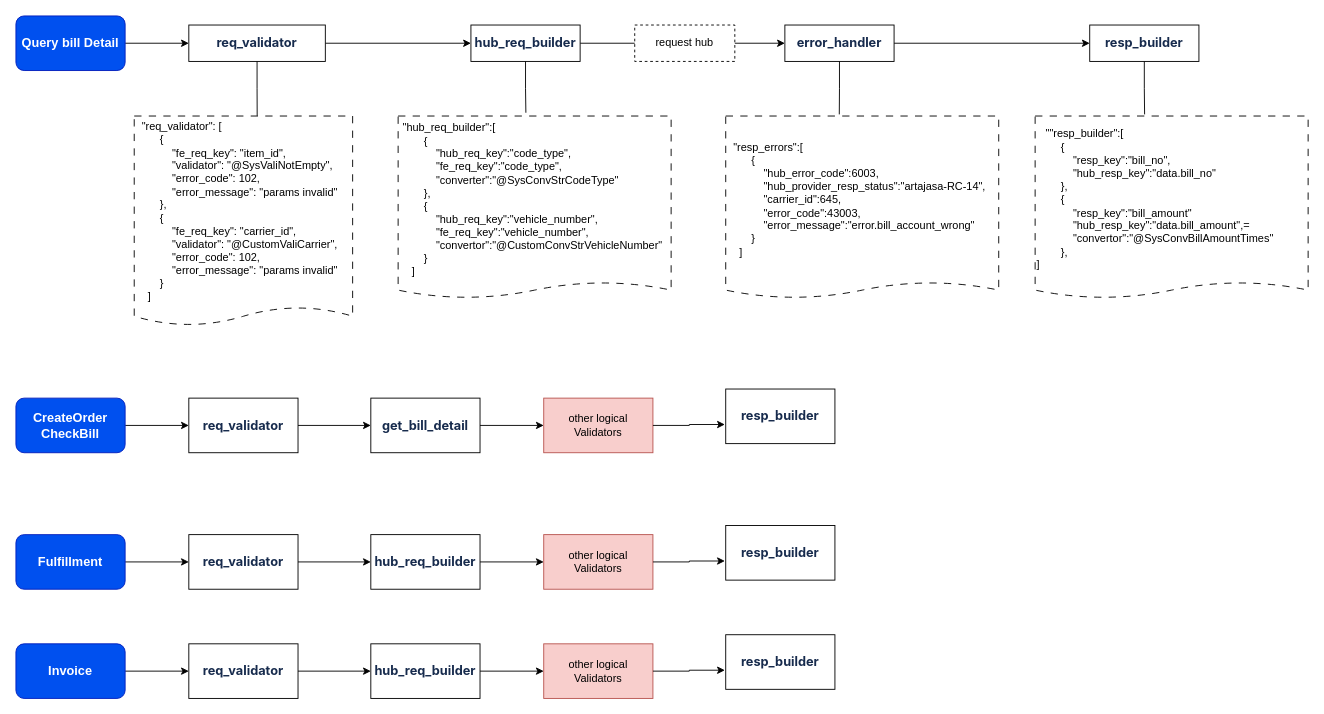
The draw.io diagram page "bill_flow_low_code" (10 of 10) of source/diagrams/e-commerce.drawio in wxquare/wxquare.github.io, before the edit. Source tidied: cells renumbered, new cells numbered last; positions are measured from the earlier drawing's top-left corner, leaving out a move shared by most shapes. Both pictures are drawn from the tidied source at 91%, with x=0, y=0 at pixel (15, 15).
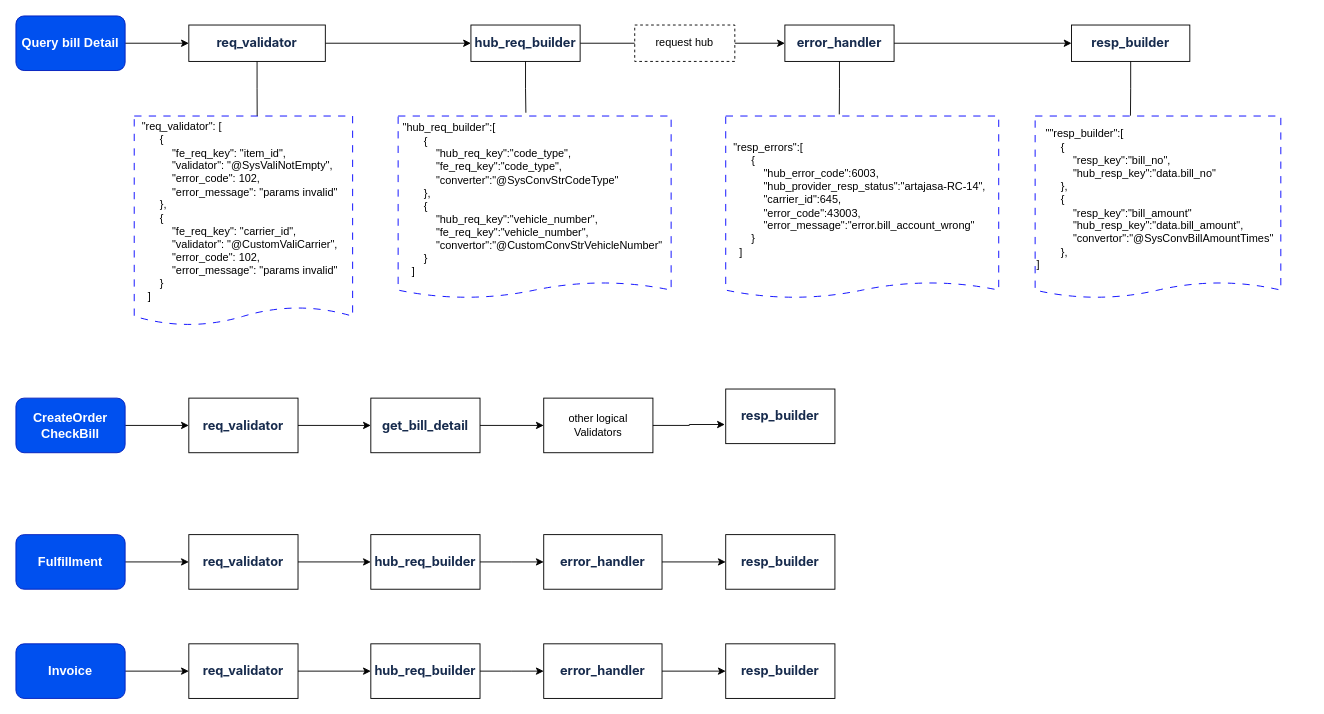
After the change.

Unchanged cells that the change refers to:
```xml
<mxCell id="34" value="&lt;div style=&quot;text-align: left;&quot;&gt;&lt;strong style=&quot;color: rgb(23, 43, 77); font-family: -apple-system, &amp;quot;system-ui&amp;quot;, &amp;quot;Segoe UI&amp;quot;, Roboto, Oxygen, Ubuntu, &amp;quot;Fira Sans&amp;quot;, &amp;quot;Droid Sans&amp;quot;, &amp;quot;Helvetica Neue&amp;quot;, sans-serif; font-size: 14px; background-color: rgb(255, 255, 255);&quot;&gt;hub_req_builder&lt;/strong&gt;&lt;/div&gt;" style="rounded=0;whiteSpace=wrap;html=1;" parent="1" vertex="1">
  <mxGeometry x="390" y="570" width="120" height="60" as="geometry" />
</mxCell>
<mxCell id="43" value="&lt;div style=&quot;text-align: left;&quot;&gt;&lt;strong style=&quot;color: rgb(23, 43, 77); font-family: -apple-system, &amp;quot;system-ui&amp;quot;, &amp;quot;Segoe UI&amp;quot;, Roboto, Oxygen, Ubuntu, &amp;quot;Fira Sans&amp;quot;, &amp;quot;Droid Sans&amp;quot;, &amp;quot;Helvetica Neue&amp;quot;, sans-serif; font-size: 14px; background-color: rgb(255, 255, 255);&quot;&gt;hub_req_builder&lt;/strong&gt;&lt;/div&gt;" style="rounded=0;whiteSpace=wrap;html=1;" parent="1" vertex="1">
  <mxGeometry x="390" y="690" width="120" height="60" as="geometry" />
</mxCell>
```

Diff of the diagram source:
```diff
@@
     <mxCell id="8" value="&lt;div style=&quot;text-align: left;&quot;&gt;&lt;font face=&quot;-apple-system, system-ui, Segoe UI, Roboto, Oxygen, Ubuntu, Fira Sans, Droid Sans, Helvetica Neue, sans-serif&quot; color=&quot;#172b4d&quot;&gt;&lt;span style=&quot;font-size: 14px; background-color: rgb(255, 255, 255);&quot;&gt;&lt;b&gt;resp_builder&lt;/b&gt;&lt;/span&gt;&lt;/font&gt;&lt;/div&gt;" style="rounded=0;whiteSpace=wrap;html=1;" parent="1" vertex="1">
-      <mxGeometry x="1180" y="10" width="120" height="40" as="geometry" />
+      <mxGeometry x="1160" y="10" width="130" height="40" as="geometry" />
     </mxCell>
@@
-    <mxCell id="11" value="other logical&lt;div&gt;Validators&lt;/div&gt;" style="rounded=0;whiteSpace=wrap;html=1;fillColor=#f8cecc;strokeColor=#b85450;" parent="1" vertex="1">
+    <mxCell id="11" value="other logical&lt;div&gt;Validators&lt;/div&gt;" style="rounded=0;whiteSpace=wrap;html=1;" parent="1" vertex="1">
       <mxGeometry x="580" y="420" width="120" height="60" as="geometry" />
     </mxCell>
@@
-    <mxCell id="18" value="&lt;div&gt;&amp;nbsp; &quot;req_validator&quot;: [&lt;/div&gt;&lt;div&gt;&amp;nbsp; &amp;nbsp; &amp;nbsp; &amp;nbsp; {&lt;/div&gt;&lt;div&gt;&amp;nbsp; &amp;nbsp; &amp;nbsp; &amp;nbsp; &amp;nbsp; &amp;nbsp; &quot;fe_req_key&quot;: &quot;item_id&quot;,&lt;/div&gt;&lt;div&gt;&amp;nbsp; &amp;nbsp; &amp;nbsp; &amp;nbsp; &amp;nbsp; &amp;nbsp; &quot;validator&quot;: &quot;@SysValiNotEmpty&quot;,&lt;/div&gt;&lt;div&gt;&amp;nbsp; &amp;nbsp; &amp;nbsp; &amp;nbsp; &amp;nbsp; &amp;nbsp; &quot;error_code&quot;: 102,&lt;/div&gt;&lt;div&gt;&amp;nbsp; &amp;nbsp; &amp;nbsp; &amp;nbsp; &amp;nbsp; &amp;nbsp; &quot;error_message&quot;: &quot;params invalid&quot;&lt;/div&gt;&lt;div&gt;&amp;nbsp; &amp;nbsp; &amp;nbsp; &amp;nbsp; },&lt;/div&gt;&lt;div&gt;&amp;nbsp; &amp;nbsp; &amp;nbsp; &amp;nbsp; {&lt;/div&gt;&lt;div&gt;&amp;nbsp; &amp;nbsp; &amp;nbsp; &amp;nbsp; &amp;nbsp; &amp;nbsp; &quot;fe_req_key&quot;: &quot;carrier_id&quot;,&lt;/div&gt;&lt;div&gt;&amp;nbsp; &amp;nbsp; &amp;nbsp; &amp;nbsp; &amp;nbsp; &amp;nbsp; &quot;validator&quot;: &quot;@CustomValiCarrier&quot;,&lt;/div&gt;&lt;div&gt;&amp;nbsp; &amp;nbsp; &amp;nbsp; &amp;nbsp; &amp;nbsp; &amp;nbsp; &quot;error_code&quot;: 102,&lt;/div&gt;&lt;div&gt;&amp;nbsp; &amp;nbsp; &amp;nbsp; &amp;nbsp; &amp;nbsp; &amp;nbsp; &quot;error_message&quot;: &quot;params invalid&quot;&lt;/div&gt;&lt;div&gt;&amp;nbsp; &amp;nbsp; &amp;nbsp; &amp;nbsp; }&lt;/div&gt;&lt;div&gt;&amp;nbsp; &amp;nbsp; ]&lt;/div&gt;" style="shape=document;whiteSpace=wrap;html=1;boundedLbl=1;dashed=1;dashPattern=8 8;align=left;size=0.08695652173913043;" parent="1" vertex="1">
+    <mxCell id="18" value="&lt;div&gt;&amp;nbsp; &quot;req_validator&quot;: [&lt;/div&gt;&lt;div&gt;&amp;nbsp; &amp;nbsp; &amp;nbsp; &amp;nbsp; {&lt;/div&gt;&lt;div&gt;&amp;nbsp; &amp;nbsp; &amp;nbsp; &amp;nbsp; &amp;nbsp; &amp;nbsp; &quot;fe_req_key&quot;: &quot;item_id&quot;,&lt;/div&gt;&lt;div&gt;&amp;nbsp; &amp;nbsp; &amp;nbsp; &amp;nbsp; &amp;nbsp; &amp;nbsp; &quot;validator&quot;: &quot;@SysValiNotEmpty&quot;,&lt;/div&gt;&lt;div&gt;&amp;nbsp; &amp;nbsp; &amp;nbsp; &amp;nbsp; &amp;nbsp; &amp;nbsp; &quot;error_code&quot;: 102,&lt;/div&gt;&lt;div&gt;&amp;nbsp; &amp;nbsp; &amp;nbsp; &amp;nbsp; &amp;nbsp; &amp;nbsp; &quot;error_message&quot;: &quot;params invalid&quot;&lt;/div&gt;&lt;div&gt;&amp;nbsp; &amp;nbsp; &amp;nbsp; &amp;nbsp; },&lt;/div&gt;&lt;div&gt;&amp;nbsp; &amp;nbsp; &amp;nbsp; &amp;nbsp; {&lt;/div&gt;&lt;div&gt;&amp;nbsp; &amp;nbsp; &amp;nbsp; &amp;nbsp; &amp;nbsp; &amp;nbsp; &quot;fe_req_key&quot;: &quot;carrier_id&quot;,&lt;/div&gt;&lt;div&gt;&amp;nbsp; &amp;nbsp; &amp;nbsp; &amp;nbsp; &amp;nbsp; &amp;nbsp; &quot;validator&quot;: &quot;@CustomValiCarrier&quot;,&lt;/div&gt;&lt;div&gt;&amp;nbsp; &amp;nbsp; &amp;nbsp; &amp;nbsp; &amp;nbsp; &amp;nbsp; &quot;error_code&quot;: 102,&lt;/div&gt;&lt;div&gt;&amp;nbsp; &amp;nbsp; &amp;nbsp; &amp;nbsp; &amp;nbsp; &amp;nbsp; &quot;error_message&quot;: &quot;params invalid&quot;&lt;/div&gt;&lt;div&gt;&amp;nbsp; &amp;nbsp; &amp;nbsp; &amp;nbsp; }&lt;/div&gt;&lt;div&gt;&amp;nbsp; &amp;nbsp; ]&lt;/div&gt;" style="shape=document;whiteSpace=wrap;html=1;boundedLbl=1;dashed=1;dashPattern=8 8;align=left;size=0.08695652173913043;strokeColor=#0000FF;" parent="1" vertex="1">
       <mxGeometry x="130" y="110" width="240" height="230" as="geometry" />
     </mxCell>
-    <mxCell id="19" value="&lt;div&gt;&amp;nbsp;&quot;hub_req_builder&quot;:[&amp;nbsp;&lt;/div&gt;&lt;div&gt;&amp;nbsp; &amp;nbsp; &amp;nbsp; &amp;nbsp; {&lt;/div&gt;&lt;div&gt;&amp;nbsp; &amp;nbsp; &amp;nbsp; &amp;nbsp; &amp;nbsp; &amp;nbsp; &quot;hub_req_key&quot;:&quot;code_type&quot;,&amp;nbsp;&lt;/div&gt;&lt;div&gt;&amp;nbsp; &amp;nbsp; &amp;nbsp; &amp;nbsp; &amp;nbsp; &amp;nbsp; &quot;fe_req_key&quot;:&quot;code_type&quot;,&amp;nbsp;&lt;/div&gt;&lt;div&gt;&amp;nbsp; &amp;nbsp; &amp;nbsp; &amp;nbsp; &amp;nbsp; &amp;nbsp; &quot;converter&quot;:&quot;@SysConvStrCodeType&quot;&amp;nbsp;&lt;/div&gt;&lt;div&gt;&amp;nbsp; &amp;nbsp; &amp;nbsp; &amp;nbsp; },&lt;/div&gt;&lt;div&gt;&amp;nbsp; &amp;nbsp; &amp;nbsp; &amp;nbsp; {&lt;/div&gt;&lt;div&gt;&amp;nbsp; &amp;nbsp; &amp;nbsp; &amp;nbsp; &amp;nbsp; &amp;nbsp; &quot;hub_req_key&quot;:&quot;vehicle_number&quot;,&amp;nbsp;&lt;/div&gt;&lt;div&gt;&amp;nbsp; &amp;nbsp; &amp;nbsp; &amp;nbsp; &amp;nbsp; &amp;nbsp; &quot;fe_req_key&quot;:&quot;vehicle_number&quot;,&lt;/div&gt;&lt;div&gt;&amp;nbsp; &amp;nbsp; &amp;nbsp; &amp;nbsp; &amp;nbsp; &amp;nbsp; &quot;convertor&quot;:&quot;@CustomConvStrVehicleNumber&quot;&lt;/div&gt;&lt;div&gt;&amp;nbsp; &amp;nbsp; &amp;nbsp; &amp;nbsp; }&lt;/div&gt;&lt;div&gt;&amp;nbsp; &amp;nbsp; ]&lt;/div&gt;" style="shape=document;whiteSpace=wrap;html=1;boundedLbl=1;dashed=1;dashPattern=8 8;align=left;size=0.08695652173913043;" parent="1" vertex="1">
+    <mxCell id="19" value="&lt;div&gt;&amp;nbsp;&quot;hub_req_builder&quot;:[&amp;nbsp;&lt;/div&gt;&lt;div&gt;&amp;nbsp; &amp;nbsp; &amp;nbsp; &amp;nbsp; {&lt;/div&gt;&lt;div&gt;&amp;nbsp; &amp;nbsp; &amp;nbsp; &amp;nbsp; &amp;nbsp; &amp;nbsp; &quot;hub_req_key&quot;:&quot;code_type&quot;,&amp;nbsp;&lt;/div&gt;&lt;div&gt;&amp;nbsp; &amp;nbsp; &amp;nbsp; &amp;nbsp; &amp;nbsp; &amp;nbsp; &quot;fe_req_key&quot;:&quot;code_type&quot;,&amp;nbsp;&lt;/div&gt;&lt;div&gt;&amp;nbsp; &amp;nbsp; &amp;nbsp; &amp;nbsp; &amp;nbsp; &amp;nbsp; &quot;converter&quot;:&quot;@SysConvStrCodeType&quot;&amp;nbsp;&lt;/div&gt;&lt;div&gt;&amp;nbsp; &amp;nbsp; &amp;nbsp; &amp;nbsp; },&lt;/div&gt;&lt;div&gt;&amp;nbsp; &amp;nbsp; &amp;nbsp; &amp;nbsp; {&lt;/div&gt;&lt;div&gt;&amp;nbsp; &amp;nbsp; &amp;nbsp; &amp;nbsp; &amp;nbsp; &amp;nbsp; &quot;hub_req_key&quot;:&quot;vehicle_number&quot;,&amp;nbsp;&lt;/div&gt;&lt;div&gt;&amp;nbsp; &amp;nbsp; &amp;nbsp; &amp;nbsp; &amp;nbsp; &amp;nbsp; &quot;fe_req_key&quot;:&quot;vehicle_number&quot;,&lt;/div&gt;&lt;div&gt;&amp;nbsp; &amp;nbsp; &amp;nbsp; &amp;nbsp; &amp;nbsp; &amp;nbsp; &quot;convertor&quot;:&quot;@CustomConvStrVehicleNumber&quot;&lt;/div&gt;&lt;div&gt;&amp;nbsp; &amp;nbsp; &amp;nbsp; &amp;nbsp; }&lt;/div&gt;&lt;div&gt;&amp;nbsp; &amp;nbsp; ]&lt;/div&gt;" style="shape=document;whiteSpace=wrap;html=1;boundedLbl=1;dashed=1;dashPattern=8 8;align=left;size=0.08695652173913043;strokeColor=#0000FF;" parent="1" vertex="1">
       <mxGeometry x="420" y="110" width="300" height="200" as="geometry" />
     </mxCell>
-    <mxCell id="20" value="&lt;div&gt;&amp;nbsp; &quot;resp_errors&quot;:[&amp;nbsp;&lt;/div&gt;&lt;div&gt;&amp;nbsp; &amp;nbsp; &amp;nbsp; &amp;nbsp; {&lt;/div&gt;&lt;div&gt;&amp;nbsp; &amp;nbsp; &amp;nbsp; &amp;nbsp; &amp;nbsp; &amp;nbsp; &quot;hub_error_code&quot;:6003,&lt;/div&gt;&lt;div&gt;&amp;nbsp; &amp;nbsp; &amp;nbsp; &amp;nbsp; &amp;nbsp; &amp;nbsp; &quot;hub_provider_resp_status&quot;:&quot;artajasa-RC-14&quot;,&amp;nbsp;&lt;/div&gt;&lt;div&gt;&amp;nbsp; &amp;nbsp; &amp;nbsp; &amp;nbsp; &amp;nbsp; &amp;nbsp; &quot;carrier_id&quot;:645,&amp;nbsp;&lt;/div&gt;&lt;div&gt;&amp;nbsp; &amp;nbsp; &amp;nbsp; &amp;nbsp; &amp;nbsp; &amp;nbsp; &quot;error_code&quot;:43003,&amp;nbsp;&lt;/div&gt;&lt;div&gt;&amp;nbsp; &amp;nbsp; &amp;nbsp; &amp;nbsp; &amp;nbsp; &amp;nbsp; &quot;error_message&quot;:&quot;error.bill_account_wrong&quot;&amp;nbsp;&lt;/div&gt;&lt;div&gt;&amp;nbsp; &amp;nbsp; &amp;nbsp; &amp;nbsp; }&lt;/div&gt;&lt;div&gt;&amp;nbsp; &amp;nbsp; ]&lt;/div&gt;" style="shape=document;whiteSpace=wrap;html=1;boundedLbl=1;dashed=1;dashPattern=8 8;align=left;size=0.08695652173913043;" parent="1" vertex="1">
+    <mxCell id="20" value="&lt;div&gt;&amp;nbsp; &quot;resp_errors&quot;:[&amp;nbsp;&lt;/div&gt;&lt;div&gt;&amp;nbsp; &amp;nbsp; &amp;nbsp; &amp;nbsp; {&lt;/div&gt;&lt;div&gt;&amp;nbsp; &amp;nbsp; &amp;nbsp; &amp;nbsp; &amp;nbsp; &amp;nbsp; &quot;hub_error_code&quot;:6003,&lt;/div&gt;&lt;div&gt;&amp;nbsp; &amp;nbsp; &amp;nbsp; &amp;nbsp; &amp;nbsp; &amp;nbsp; &quot;hub_provider_resp_status&quot;:&quot;artajasa-RC-14&quot;,&amp;nbsp;&lt;/div&gt;&lt;div&gt;&amp;nbsp; &amp;nbsp; &amp;nbsp; &amp;nbsp; &amp;nbsp; &amp;nbsp; &quot;carrier_id&quot;:645,&amp;nbsp;&lt;/div&gt;&lt;div&gt;&amp;nbsp; &amp;nbsp; &amp;nbsp; &amp;nbsp; &amp;nbsp; &amp;nbsp; &quot;error_code&quot;:43003,&amp;nbsp;&lt;/div&gt;&lt;div&gt;&amp;nbsp; &amp;nbsp; &amp;nbsp; &amp;nbsp; &amp;nbsp; &amp;nbsp; &quot;error_message&quot;:&quot;error.bill_account_wrong&quot;&amp;nbsp;&lt;/div&gt;&lt;div&gt;&amp;nbsp; &amp;nbsp; &amp;nbsp; &amp;nbsp; }&lt;/div&gt;&lt;div&gt;&amp;nbsp; &amp;nbsp; ]&lt;/div&gt;" style="shape=document;whiteSpace=wrap;html=1;boundedLbl=1;dashed=1;dashPattern=8 8;align=left;size=0.08695652173913043;strokeColor=#0000FF;" parent="1" vertex="1">
       <mxGeometry x="780" y="110" width="300" height="200" as="geometry" />
     </mxCell>
@@
-    <mxCell id="25" value="&lt;div&gt;&amp;nbsp; &amp;nbsp;&quot;&lt;span style=&quot;background-color: initial;&quot;&gt;&quot;resp_builder&quot;:[&amp;nbsp;&lt;/span&gt;&lt;/div&gt;&lt;div&gt;&amp;nbsp; &amp;nbsp; &amp;nbsp; &amp;nbsp; {&lt;/div&gt;&lt;div&gt;&amp;nbsp; &amp;nbsp; &amp;nbsp; &amp;nbsp; &amp;nbsp; &amp;nbsp; &quot;resp_key&quot;:&quot;bill_no&quot;,&lt;/div&gt;&lt;div&gt;&amp;nbsp; &amp;nbsp; &amp;nbsp; &amp;nbsp; &amp;nbsp; &amp;nbsp; &quot;hub_resp_key&quot;:&quot;data.bill_no&quot;&lt;/div&gt;&lt;div&gt;&amp;nbsp; &amp;nbsp; &amp;nbsp; &amp;nbsp; },&lt;/div&gt;&lt;div&gt;&amp;nbsp; &amp;nbsp; &amp;nbsp; &amp;nbsp; {&lt;/div&gt;&lt;div&gt;&amp;nbsp; &amp;nbsp; &amp;nbsp; &amp;nbsp; &amp;nbsp; &amp;nbsp; &quot;resp_key&quot;:&quot;bill_amount&quot;&lt;/div&gt;&lt;div&gt;&amp;nbsp; &amp;nbsp; &amp;nbsp; &amp;nbsp; &amp;nbsp; &amp;nbsp; &quot;hub_resp_key&quot;:&quot;data.bill_amount&quot;,=&lt;/div&gt;&lt;div&gt;&amp;nbsp; &amp;nbsp; &amp;nbsp; &amp;nbsp; &amp;nbsp; &amp;nbsp; &quot;convertor&quot;:&quot;@SysConvBillAmountTimes&quot;&amp;nbsp;&lt;/div&gt;&lt;div&gt;&amp;nbsp; &amp;nbsp; &amp;nbsp; &amp;nbsp; },&lt;/div&gt;&lt;div&gt;]&lt;/div&gt;" style="shape=document;whiteSpace=wrap;html=1;boundedLbl=1;dashed=1;dashPattern=8 8;align=left;size=0.08695652173913043;" parent="1" vertex="1">
-      <mxGeometry x="1120" y="110" width="300" height="200" as="geometry" />
+    <mxCell id="25" value="&lt;div&gt;&amp;nbsp; &amp;nbsp;&quot;&lt;span style=&quot;background-color: initial;&quot;&gt;&quot;resp_builder&quot;:[&amp;nbsp;&lt;/span&gt;&lt;/div&gt;&lt;div&gt;&amp;nbsp; &amp;nbsp; &amp;nbsp; &amp;nbsp; {&lt;/div&gt;&lt;div&gt;&amp;nbsp; &amp;nbsp; &amp;nbsp; &amp;nbsp; &amp;nbsp; &amp;nbsp; &quot;resp_key&quot;:&quot;bill_no&quot;,&lt;/div&gt;&lt;div&gt;&amp;nbsp; &amp;nbsp; &amp;nbsp; &amp;nbsp; &amp;nbsp; &amp;nbsp; &quot;hub_resp_key&quot;:&quot;data.bill_no&quot;&lt;/div&gt;&lt;div&gt;&amp;nbsp; &amp;nbsp; &amp;nbsp; &amp;nbsp; },&lt;/div&gt;&lt;div&gt;&amp;nbsp; &amp;nbsp; &amp;nbsp; &amp;nbsp; {&lt;/div&gt;&lt;div&gt;&amp;nbsp; &amp;nbsp; &amp;nbsp; &amp;nbsp; &amp;nbsp; &amp;nbsp; &quot;resp_key&quot;:&quot;bill_amount&quot;&lt;/div&gt;&lt;div&gt;&amp;nbsp; &amp;nbsp; &amp;nbsp; &amp;nbsp; &amp;nbsp; &amp;nbsp; &quot;hub_resp_key&quot;:&quot;data.bill_amount&quot;,&lt;/div&gt;&lt;div&gt;&amp;nbsp; &amp;nbsp; &amp;nbsp; &amp;nbsp; &amp;nbsp; &amp;nbsp; &quot;convertor&quot;:&quot;@SysConvBillAmountTimes&quot;&amp;nbsp;&lt;/div&gt;&lt;div&gt;&amp;nbsp; &amp;nbsp; &amp;nbsp; &amp;nbsp; },&lt;/div&gt;&lt;div&gt;]&lt;/div&gt;" style="shape=document;whiteSpace=wrap;html=1;boundedLbl=1;dashed=1;dashPattern=8 8;align=left;size=0.08695652173913043;strokeColor=#0000FF;" parent="1" vertex="1">
+      <mxGeometry x="1120" y="110" width="270" height="200" as="geometry" />
     </mxCell>
-    <mxCell id="26" style="edgeStyle=orthogonalEdgeStyle;rounded=0;jettySize=auto;html=1;exitX=0.5;exitY=1;exitDx=0;exitDy=0;entryX=0.401;entryY=-0.009;entryDx=0;entryDy=0;entryPerimeter=0;endArrow=none;endFill=0;" parent="1" edge="1" source="8" target="25">
-      <mxGeometry relative="1" as="geometry" />
-    </mxCell>
@@
-    <mxCell id="31" value="other logical&lt;div&gt;Validators&lt;/div&gt;" style="rounded=0;whiteSpace=wrap;html=1;fillColor=#f8cecc;strokeColor=#b85450;" parent="1" vertex="1">
-      <mxGeometry x="580" y="570" width="120" height="60" as="geometry" />
-    </mxCell>
-    <mxCell id="32" value="&lt;div style=&quot;text-align: left;&quot;&gt;&lt;font face=&quot;-apple-system, system-ui, Segoe UI, Roboto, Oxygen, Ubuntu, Fira Sans, Droid Sans, Helvetica Neue, sans-serif&quot; color=&quot;#172b4d&quot;&gt;&lt;span style=&quot;font-size: 14px; background-color: rgb(255, 255, 255);&quot;&gt;&lt;b&gt;resp_builder&lt;/b&gt;&lt;/span&gt;&lt;/font&gt;&lt;/div&gt;" style="rounded=0;whiteSpace=wrap;html=1;" parent="1" vertex="1">
-      <mxGeometry x="780" y="560" width="120" height="60" as="geometry" />
-    </mxCell>
-    <mxCell id="33" style="edgeStyle=orthogonalEdgeStyle;rounded=0;jettySize=auto;html=1;exitX=1;exitY=0.5;exitDx=0;exitDy=0;entryX=0;entryY=0.5;entryDx=0;entryDy=0;" parent="1" edge="1" source="34" target="31">
-      <mxGeometry relative="1" as="geometry" />
+    <mxCell id="33" style="edgeStyle=orthogonalEdgeStyle;rounded=0;jettySize=auto;html=1;exitX=1;exitY=0.5;exitDx=0;exitDy=0;entryX=0;entryY=0.5;entryDx=0;entryDy=0;" parent="1" edge="1" source="34">
+      <mxGeometry relative="1" as="geometry">
+        <mxPoint x="580" y="600" as="targetPoint" />
+      </mxGeometry>
     </mxCell>
@@
-    <mxCell id="35" style="edgeStyle=orthogonalEdgeStyle;rounded=0;jettySize=auto;html=1;exitX=1;exitY=0.5;exitDx=0;exitDy=0;entryX=-0.008;entryY=0.65;entryDx=0;entryDy=0;entryPerimeter=0;" parent="1" edge="1" source="31" target="32">
-      <mxGeometry relative="1" as="geometry" />
-    </mxCell>
@@
-    <mxCell id="40" value="other logical&lt;div&gt;Validators&lt;/div&gt;" style="rounded=0;whiteSpace=wrap;html=1;fillColor=#f8cecc;strokeColor=#b85450;" parent="1" vertex="1">
-      <mxGeometry x="580" y="690" width="120" height="60" as="geometry" />
-    </mxCell>
     <mxCell id="41" value="&lt;div style=&quot;text-align: left;&quot;&gt;&lt;font face=&quot;-apple-system, system-ui, Segoe UI, Roboto, Oxygen, Ubuntu, Fira Sans, Droid Sans, Helvetica Neue, sans-serif&quot; color=&quot;#172b4d&quot;&gt;&lt;span style=&quot;font-size: 14px; background-color: rgb(255, 255, 255);&quot;&gt;&lt;b&gt;resp_builder&lt;/b&gt;&lt;/span&gt;&lt;/font&gt;&lt;/div&gt;" style="rounded=0;whiteSpace=wrap;html=1;" parent="1" vertex="1">
-      <mxGeometry x="780" y="680" width="120" height="60" as="geometry" />
+      <mxGeometry x="780" y="570" width="120" height="60" as="geometry" />
     </mxCell>
-    <mxCell id="42" style="edgeStyle=orthogonalEdgeStyle;rounded=0;jettySize=auto;html=1;exitX=1;exitY=0.5;exitDx=0;exitDy=0;entryX=0;entryY=0.5;entryDx=0;entryDy=0;" parent="1" edge="1" source="43" target="40">
-      <mxGeometry relative="1" as="geometry" />
+    <mxCell id="42" style="edgeStyle=orthogonalEdgeStyle;rounded=0;jettySize=auto;html=1;exitX=1;exitY=0.5;exitDx=0;exitDy=0;entryX=0;entryY=0.5;entryDx=0;entryDy=0;" parent="1" edge="1" source="43">
+      <mxGeometry relative="1" as="geometry">
+        <mxPoint x="580" y="720" as="targetPoint" />
+      </mxGeometry>
     </mxCell>
@@
-    <mxCell id="44" style="edgeStyle=orthogonalEdgeStyle;rounded=0;jettySize=auto;html=1;exitX=1;exitY=0.5;exitDx=0;exitDy=0;entryX=-0.008;entryY=0.65;entryDx=0;entryDy=0;entryPerimeter=0;" parent="1" edge="1" source="40" target="41">
-      <mxGeometry relative="1" as="geometry" />
-    </mxCell>
@@
+    <mxCell id="47" style="edgeStyle=orthogonalEdgeStyle;rounded=0;jettySize=auto;html=1;exitX=1;exitY=0.5;exitDx=0;exitDy=0;entryX=0;entryY=0.5;entryDx=0;entryDy=0;" parent="1" edge="1" source="48" target="41">
+      <mxGeometry relative="1" as="geometry" />
+    </mxCell>
+    <mxCell id="48" value="&lt;div style=&quot;text-align: left;&quot;&gt;&lt;font face=&quot;-apple-system, system-ui, Segoe UI, Roboto, Oxygen, Ubuntu, Fira Sans, Droid Sans, Helvetica Neue, sans-serif&quot; color=&quot;#172b4d&quot;&gt;&lt;span style=&quot;font-size: 14px; background-color: rgb(255, 255, 255);&quot;&gt;&lt;b&gt;error_handler&lt;/b&gt;&lt;/span&gt;&lt;/font&gt;&lt;/div&gt;" style="rounded=0;whiteSpace=wrap;html=1;" parent="1" vertex="1">
+      <mxGeometry x="580" y="570" width="130" height="60" as="geometry" />
+    </mxCell>
+    <mxCell id="49" style="edgeStyle=orthogonalEdgeStyle;rounded=0;jettySize=auto;html=1;exitX=1;exitY=0.5;exitDx=0;exitDy=0;entryX=0;entryY=0.5;entryDx=0;entryDy=0;" parent="1" edge="1" source="50" target="32">
+      <mxGeometry relative="1" as="geometry" />
+    </mxCell>
+    <mxCell id="50" value="&lt;div style=&quot;text-align: left;&quot;&gt;&lt;font face=&quot;-apple-system, system-ui, Segoe UI, Roboto, Oxygen, Ubuntu, Fira Sans, Droid Sans, Helvetica Neue, sans-serif&quot; color=&quot;#172b4d&quot;&gt;&lt;span style=&quot;font-size: 14px; background-color: rgb(255, 255, 255);&quot;&gt;&lt;b&gt;error_handler&lt;/b&gt;&lt;/span&gt;&lt;/font&gt;&lt;/div&gt;" style="rounded=0;whiteSpace=wrap;html=1;" parent="1" vertex="1">
+      <mxGeometry x="580" y="690" width="130" height="60" as="geometry" />
+    </mxCell>
+    <mxCell id="32" value="&lt;div style=&quot;text-align: left;&quot;&gt;&lt;font face=&quot;-apple-system, system-ui, Segoe UI, Roboto, Oxygen, Ubuntu, Fira Sans, Droid Sans, Helvetica Neue, sans-serif&quot; color=&quot;#172b4d&quot;&gt;&lt;span style=&quot;font-size: 14px; background-color: rgb(255, 255, 255);&quot;&gt;&lt;b&gt;resp_builder&lt;/b&gt;&lt;/span&gt;&lt;/font&gt;&lt;/div&gt;" style="rounded=0;whiteSpace=wrap;html=1;" parent="1" vertex="1">
+      <mxGeometry x="780" y="690" width="120" height="60" as="geometry" />
+    </mxCell>
+    <mxCell id="26" style="edgeStyle=orthogonalEdgeStyle;rounded=0;jettySize=auto;html=1;exitX=0.5;exitY=1;exitDx=0;exitDy=0;entryX=0.388;entryY=-0.002;entryDx=0;entryDy=0;entryPerimeter=0;endArrow=none;endFill=0;" parent="1" edge="1" source="8" target="25">
+      <mxGeometry relative="1" as="geometry" />
+    </mxCell>
```
